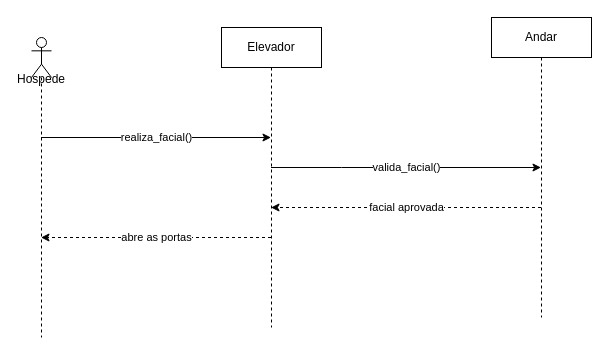
Before: Diagramas/Sequência/reconhecimento_facial_UC02.drawio in HenriqueFinatti/Modelagem_De_Software_Projeto_2, a draw.io diagram. Source tidied: cells renumbered, new cells numbered last; positions are measured from the earlier drawing's top-left corner, leaving out a move shared by most shapes. Both pictures are drawn from the tidied source at 100%, with x=0, y=0 at pixel (31, 17).
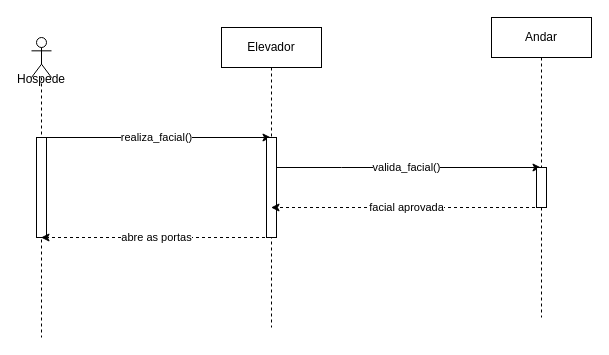
The same page after the edit.

What changed in the source:
```diff
@@
 <mxGraphModel>
   <root>
     <mxCell id="0" />
     <mxCell id="1" parent="0" />
     <mxCell id="2" value="realiza_facial()" style="edgeStyle=orthogonalEdgeStyle;rounded=0;jettySize=auto;html=1;curved=0;" parent="1" edge="1" source="3" target="6">
       <mxGeometry relative="1" as="geometry">
         <Array as="points">
           <mxPoint x="130" y="120" />
           <mxPoint x="130" y="120" />
         </Array>
       </mxGeometry>
     </mxCell>
     <mxCell id="3" value="&lt;div&gt;&lt;br&gt;&lt;/div&gt;&lt;div&gt;&lt;br&gt;&lt;/div&gt;&lt;div&gt;&lt;br&gt;&lt;/div&gt;&lt;div&gt;Hospede&lt;/div&gt;" style="shape=umlLifeline;perimeter=lifelinePerimeter;whiteSpace=wrap;html=1;outlineConnect=0;portConstraint=eastwest;newEdgeStyle={&quot;curved&quot;:0,&quot;rounded&quot;:0};participant=umlActor;" parent="1" vertex="1">
       <mxGeometry y="20" width="20" height="300" as="geometry" />
     </mxCell>
+    <mxCell id="9" style="html=1;perimeter=orthogonalPerimeter;targetShapes=umlLifeline;newEdgeStyle={&quot;curved&quot;:0,&quot;rounded&quot;:0};" parent="3" vertex="1">
+      <mxGeometry x="5" y="100" width="10" height="100" as="geometry" />
+    </mxCell>
     <mxCell id="4" value="valida_facial()" style="edgeStyle=orthogonalEdgeStyle;rounded=0;jettySize=auto;html=1;curved=0;" parent="1" edge="1" source="6" target="8">
       <mxGeometry relative="1" as="geometry">
         <Array as="points">
           <mxPoint x="310" y="150" />
           <mxPoint x="310" y="150" />
         </Array>
       </mxGeometry>
     </mxCell>
     <mxCell id="5" value="abre as portas" style="edgeStyle=orthogonalEdgeStyle;rounded=0;jettySize=auto;html=1;curved=0;dashed=1;" parent="1" edge="1" source="6" target="3">
       <mxGeometry relative="1" as="geometry">
         <Array as="points">
           <mxPoint x="120" y="220" />
           <mxPoint x="120" y="220" />
         </Array>
       </mxGeometry>
     </mxCell>
     <mxCell id="6" value="Elevador" style="shape=umlLifeline;perimeter=lifelinePerimeter;whiteSpace=wrap;html=1;outlineConnect=0;portConstraint=eastwest;newEdgeStyle={&quot;curved&quot;:0,&quot;rounded&quot;:0};" parent="1" vertex="1">
       <mxGeometry x="190" y="10" width="100" height="300" as="geometry" />
     </mxCell>
+    <mxCell id="10" style="html=1;perimeter=orthogonalPerimeter;targetShapes=umlLifeline;newEdgeStyle={&quot;curved&quot;:0,&quot;rounded&quot;:0};" parent="6" vertex="1">
+      <mxGeometry x="45" y="110" width="10" height="100" as="geometry" />
+    </mxCell>
     <mxCell id="7" value="facial aprovada" style="edgeStyle=orthogonalEdgeStyle;rounded=0;jettySize=auto;html=1;curved=0;dashed=1;" parent="1" edge="1" source="8" target="6">
       <mxGeometry relative="1" as="geometry">
         <Array as="points">
           <mxPoint x="370" y="190" />
           <mxPoint x="370" y="190" />
         </Array>
       </mxGeometry>
     </mxCell>
     <mxCell id="8" value="Andar" style="shape=umlLifeline;perimeter=lifelinePerimeter;whiteSpace=wrap;html=1;outlineConnect=0;portConstraint=eastwest;newEdgeStyle={&quot;curved&quot;:0,&quot;rounded&quot;:0};" parent="1" vertex="1">
       <mxGeometry x="460" width="100" height="300" as="geometry" />
     </mxCell>
+    <mxCell id="11" style="html=1;perimeter=orthogonalPerimeter;targetShapes=umlLifeline;newEdgeStyle={&quot;curved&quot;:0,&quot;rounded&quot;:0};" parent="8" vertex="1">
+      <mxGeometry x="45" y="150" width="10" height="40" as="geometry" />
+    </mxCell>
   </root>
 </mxGraphModel>
```
